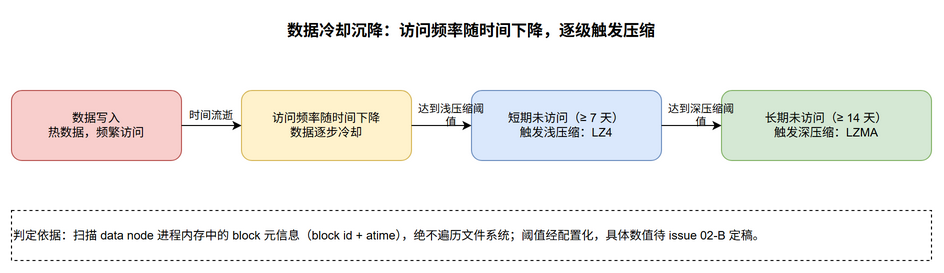
Before: docs/diagrams/flow-cooling.drawio.png, a diagram exported from draw.io (WitherLzero/distributed-compress-system). Source tidied: cells renumbered, new cells last; positions are measured from the earlier drawing's top-left corner, leaving out a move shared by most shapes.
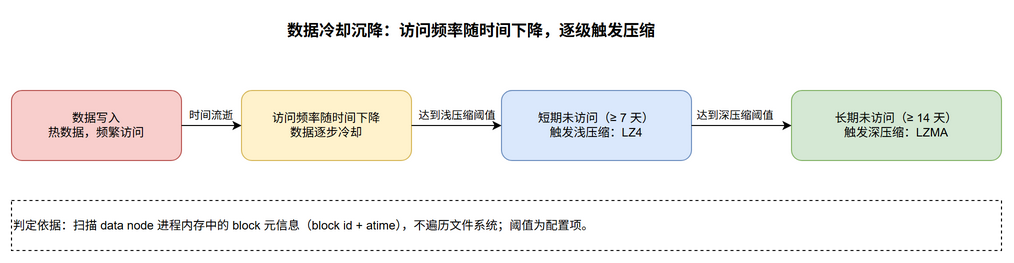
Above is the later version.

Commit message:
docs(design): lesson3 revision review fixes + close week3 issue 01

Change to the diagram source:
```diff
@@ -12,10 +12,10 @@
       <mxGeometry x="230" y="80" width="170" height="70" as="geometry" />
     </mxCell>
     <mxCell id="5" value="短期未访问（≥ 7 天）&lt;div&gt;触发浅压缩：LZ4&lt;/div&gt;" style="rounded=1;whiteSpace=wrap;html=1;fillColor=#dae8fc;strokeColor=#6c8ebf;" parent="1" vertex="1">
-      <mxGeometry x="460" y="80" width="190" height="70" as="geometry" />
+      <mxGeometry x="490" y="80" width="190" height="70" as="geometry" />
     </mxCell>
     <mxCell id="6" value="长期未访问（≥ 14 天）&lt;div&gt;触发深压缩：LZMA&lt;/div&gt;" style="rounded=1;whiteSpace=wrap;html=1;fillColor=#d5e8d4;strokeColor=#82b366;" parent="1" vertex="1">
-      <mxGeometry x="710" y="80" width="210" height="70" as="geometry" />
+      <mxGeometry x="780" y="80" width="210" height="70" as="geometry" />
     </mxCell>
     <mxCell id="7" style="endArrow=classic;html=1;rounded=1;edgeStyle=orthogonalEdgeStyle;" parent="1" edge="1" source="3" target="4">
       <mxGeometry relative="1" as="geometry" />
@@ -27,16 +27,16 @@
       <mxGeometry relative="1" as="geometry" />
     </mxCell>
     <mxCell id="10" value="达到浅压缩阈值" style="text;html=1;strokeColor=none;fillColor=none;align=center;verticalAlign=middle;whiteSpace=wrap;rounded=0;fontSize=11;" parent="1" vertex="1">
-      <mxGeometry x="402" y="95" width="76" height="20" as="geometry" />
+      <mxGeometry x="402" y="95" width="88" height="20" as="geometry" />
     </mxCell>
     <mxCell id="11" style="endArrow=classic;html=1;rounded=1;edgeStyle=orthogonalEdgeStyle;" parent="1" edge="1" source="5" target="6">
       <mxGeometry relative="1" as="geometry" />
     </mxCell>
     <mxCell id="12" value="达到深压缩阈值" style="text;html=1;strokeColor=none;fillColor=none;align=center;verticalAlign=middle;whiteSpace=wrap;rounded=0;fontSize=11;" parent="1" vertex="1">
-      <mxGeometry x="652" y="95" width="76" height="20" as="geometry" />
+      <mxGeometry x="680" y="95" width="88" height="20" as="geometry" />
     </mxCell>
-    <mxCell id="13" value="判定依据：扫描 data node 进程内存中的 block 元信息（block id + atime），绝不遍历文件系统；阈值经配置化，具体数值待 issue 02-B 定稿。" style="rounded=0;whiteSpace=wrap;html=1;fillColor=none;strokeColor=default;dashed=1;align=left;verticalAlign=middle;fontSize=12;" parent="1" vertex="1">
-      <mxGeometry y="200" width="920" height="50" as="geometry" />
+    <mxCell id="13" value="判定依据：扫描 data node 进程内存中的 block 元信息（block id + atime），不遍历文件系统；阈值为配置项。" style="rounded=0;whiteSpace=wrap;html=1;fillColor=none;strokeColor=default;dashed=1;align=left;verticalAlign=middle;fontSize=12;" parent="1" vertex="1">
+      <mxGeometry y="190" width="990" height="50" as="geometry" />
     </mxCell>
   </root>
 </mxGraphModel>
```
